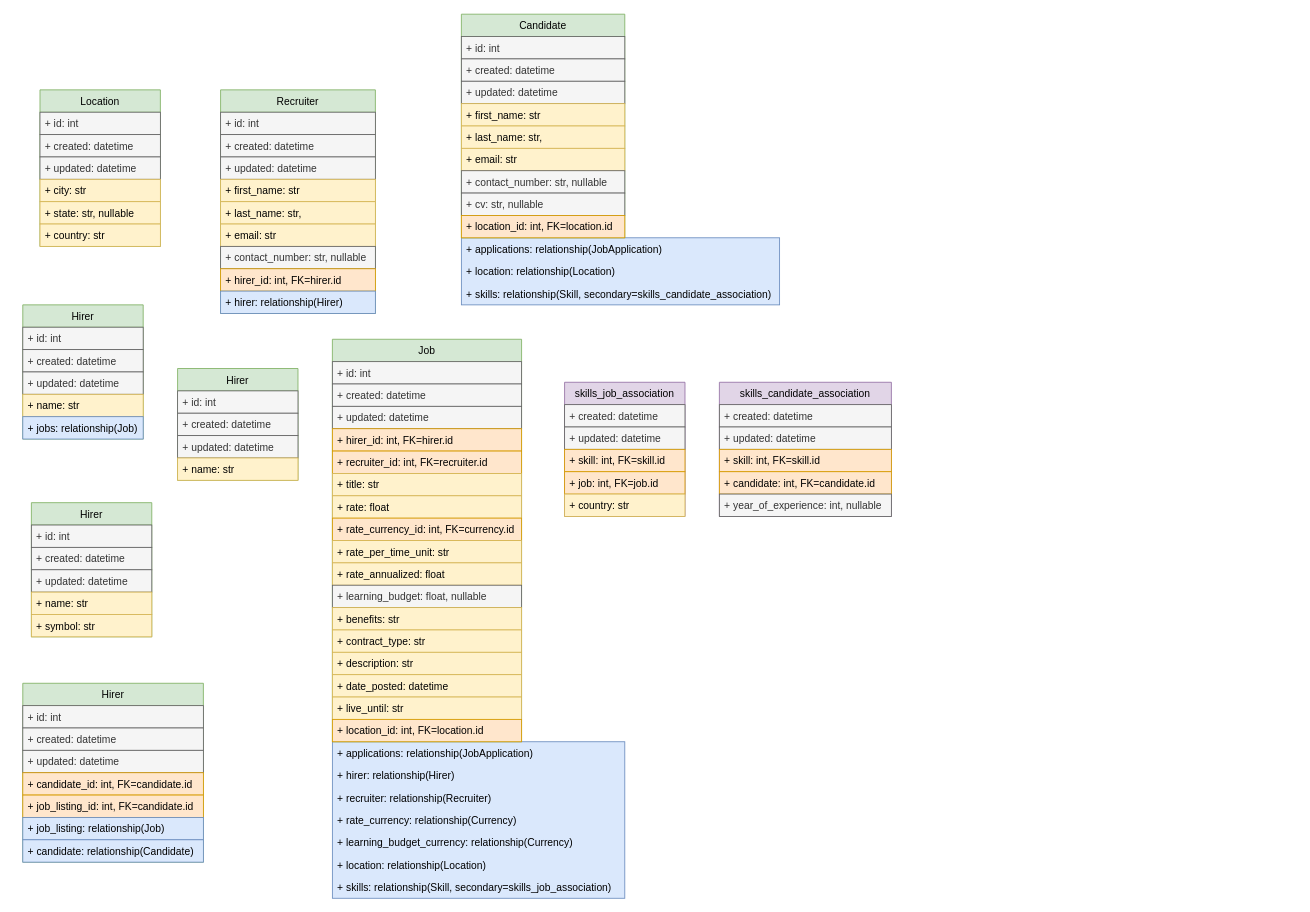
The draw.io diagram Untitled Diagram.drawio in abunuwas/conferences-images, before the edit. Source tidied: cells renumbered, new cells numbered last; positions are measured from the earlier drawing's top-left corner, leaving out a move shared by most shapes. Both pictures are drawn from the tidied source at 86%, with x=0, y=0 at pixel (22, 14).
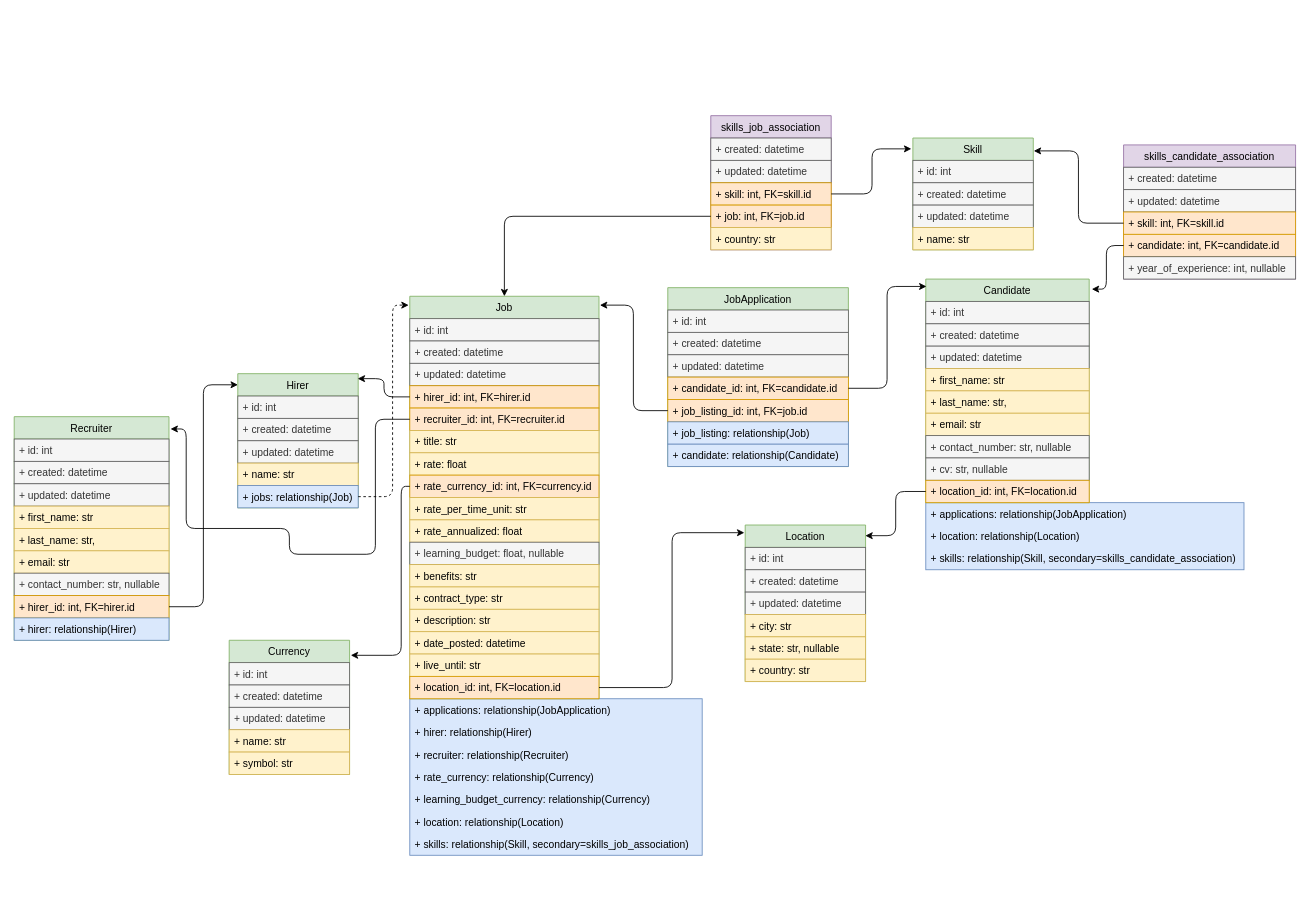
The same page after the edit.

Unchanged cells that the change refers to:
```xml
<mxCell id="19" value="+ hirer_id: int, FK=hirer.id" style="text;strokeColor=#d79b00;fillColor=#ffe6cc;align=left;verticalAlign=top;spacingLeft=4;spacingRight=4;overflow=hidden;points=[[0,0.5],[1,0.5]];portConstraint=eastwest;" parent="11" vertex="1">
  <mxGeometry y="208" width="180" height="26" as="geometry" />
</mxCell>
<mxCell id="25" value="+ hirer_id: int, FK=hirer.id" style="text;strokeColor=#d79b00;fillColor=#ffe6cc;align=left;verticalAlign=top;spacingLeft=4;spacingRight=4;overflow=hidden;points=[[0,0.5],[1,0.5]];portConstraint=eastwest;" parent="21" vertex="1">
  <mxGeometry y="104" width="220" height="26" as="geometry" />
</mxCell>
<mxCell id="26" value="+ recruiter_id: int, FK=recruiter.id" style="text;strokeColor=#d79b00;fillColor=#ffe6cc;align=left;verticalAlign=top;spacingLeft=4;spacingRight=4;overflow=hidden;points=[[0,0.5],[1,0.5]];portConstraint=eastwest;" parent="21" vertex="1">
  <mxGeometry y="130" width="220" height="26" as="geometry" />
</mxCell>
<mxCell id="29" value="+ rate_currency_id: int, FK=currency.id" style="text;strokeColor=#d79b00;fillColor=#ffe6cc;align=left;verticalAlign=top;spacingLeft=4;spacingRight=4;overflow=hidden;points=[[0,0.5],[1,0.5]];portConstraint=eastwest;" parent="21" vertex="1">
  <mxGeometry y="208" width="220" height="26" as="geometry" />
</mxCell>
<mxCell id="38" value="+ location_id: int, FK=location.id" style="text;strokeColor=#d79b00;fillColor=#ffe6cc;align=left;verticalAlign=top;spacingLeft=4;spacingRight=4;overflow=hidden;points=[[0,0.5],[1,0.5]];portConstraint=eastwest;" parent="21" vertex="1">
  <mxGeometry y="442" width="220" height="26" as="geometry" />
</mxCell>
<mxCell id="44" value="+ jobs: relationship(Job)" style="text;strokeColor=#6c8ebf;fillColor=#dae8fc;align=left;verticalAlign=top;spacingLeft=4;spacingRight=4;overflow=hidden;points=[[0,0.5],[1,0.5]];portConstraint=eastwest;" parent="39" vertex="1">
  <mxGeometry y="130" width="140" height="26" as="geometry" />
</mxCell>
<mxCell id="72" value="+ location_id: int, FK=location.id" style="text;strokeColor=#d79b00;fillColor=#ffe6cc;align=left;verticalAlign=top;spacingLeft=4;spacingRight=4;overflow=hidden;points=[[0,0.5],[1,0.5]];portConstraint=eastwest;" parent="63" vertex="1">
  <mxGeometry y="234" width="190" height="26" as="geometry" />
</mxCell>
<mxCell id="80" value="+ candidate_id: int, FK=candidate.id" style="text;strokeColor=#d79b00;fillColor=#ffe6cc;align=left;verticalAlign=top;spacingLeft=4;spacingRight=4;overflow=hidden;points=[[0,0.5],[1,0.5]];portConstraint=eastwest;" parent="76" vertex="1">
  <mxGeometry y="104" width="210" height="26" as="geometry" />
</mxCell>
<mxCell id="87" value="+ skill: int, FK=skill.id" style="text;strokeColor=#d79b00;fillColor=#ffe6cc;align=left;verticalAlign=top;spacingLeft=4;spacingRight=4;overflow=hidden;points=[[0,0.5],[1,0.5]];portConstraint=eastwest;" parent="84" vertex="1">
  <mxGeometry y="78" width="140" height="26" as="geometry" />
</mxCell>
<mxCell id="88" value="+ job: int, FK=job.id" style="text;strokeColor=#d79b00;fillColor=#ffe6cc;align=left;verticalAlign=top;spacingLeft=4;spacingRight=4;overflow=hidden;points=[[0,0.5],[1,0.5]];portConstraint=eastwest;" parent="84" vertex="1">
  <mxGeometry y="104" width="140" height="26" as="geometry" />
</mxCell>
<mxCell id="93" value="+ skill: int, FK=skill.id" style="text;strokeColor=#d79b00;fillColor=#ffe6cc;align=left;verticalAlign=top;spacingLeft=4;spacingRight=4;overflow=hidden;points=[[0,0.5],[1,0.5]];portConstraint=eastwest;" parent="90" vertex="1">
  <mxGeometry y="78" width="200" height="26" as="geometry" />
</mxCell>
<mxCell id="94" value="+ candidate: int, FK=candidate.id" style="text;strokeColor=#d79b00;fillColor=#ffe6cc;align=left;verticalAlign=top;spacingLeft=4;spacingRight=4;overflow=hidden;points=[[0,0.5],[1,0.5]];portConstraint=eastwest;" parent="90" vertex="1">
  <mxGeometry y="104" width="200" height="26" as="geometry" />
</mxCell>
```

Change to the diagram source:
```diff
@@
     <mxCell id="2" style="rounded=0;whiteSpace=wrap;html=1;fillColor=#dae8fc;strokeColor=#6c8ebf;" parent="1" vertex="1">
-      <mxGeometry x="510" y="260" width="370" height="78" as="geometry" />
+      <mxGeometry x="1050" y="568" width="370" height="78" as="geometry" />
     </mxCell>
     <mxCell id="3" style="rounded=0;whiteSpace=wrap;html=1;fillColor=#dae8fc;strokeColor=#6c8ebf;" parent="1" vertex="1">
-      <mxGeometry x="360" y="846" width="340" height="182" as="geometry" />
+      <mxGeometry x="450" y="796" width="340" height="182" as="geometry" />
     </mxCell>
     <mxCell id="4" value="Location" style="swimlane;fontStyle=0;horizontal=1;startSize=26;fillColor=#d5e8d4;strokeColor=#82b366;" parent="1" vertex="1">
-      <mxGeometry x="20" y="88" width="140" height="182" as="geometry" />
+      <mxGeometry x="840" y="594" width="140" height="182" as="geometry" />
     </mxCell>
@@
     <mxCell id="11" value="Recruiter" style="swimlane;fontStyle=0;horizontal=1;startSize=26;fillColor=#d5e8d4;strokeColor=#82b366;" parent="1" vertex="1">
-      <mxGeometry x="230" y="88" width="180" height="260" as="geometry" />
+      <mxGeometry x="-10" y="468" width="180" height="260" as="geometry" />
     </mxCell>
@@
     <mxCell id="21" value="Job" style="swimlane;fontStyle=0;horizontal=1;startSize=26;fillColor=#d5e8d4;strokeColor=#82b366;" parent="1" vertex="1">
-      <mxGeometry x="360" y="378" width="220" height="468" as="geometry" />
+      <mxGeometry x="450" y="328" width="220" height="468" as="geometry" />
     </mxCell>
@@
     <mxCell id="39" value="Hirer" style="swimlane;fontStyle=0;horizontal=1;startSize=26;fillColor=#d5e8d4;strokeColor=#82b366;" parent="1" vertex="1">
-      <mxGeometry y="338" width="140" height="156" as="geometry" />
+      <mxGeometry x="250" y="418" width="140" height="156" as="geometry" />
     </mxCell>
@@
-    <mxCell id="45" value="Hirer" style="swimlane;fontStyle=0;horizontal=1;startSize=26;fillColor=#d5e8d4;strokeColor=#82b366;" parent="1" vertex="1">
-      <mxGeometry x="180" y="412" width="140" height="130" as="geometry" />
+    <mxCell id="45" value="Skill" style="swimlane;fontStyle=0;horizontal=1;startSize=26;fillColor=#d5e8d4;strokeColor=#82b366;" parent="1" vertex="1">
+      <mxGeometry x="1035" y="144" width="140" height="130" as="geometry" />
     </mxCell>
@@
-    <mxCell id="50" value="Hirer" style="swimlane;fontStyle=0;horizontal=1;startSize=26;fillColor=#d5e8d4;strokeColor=#82b366;" parent="1" vertex="1">
-      <mxGeometry x="10" y="568" width="140" height="156" as="geometry" />
+    <mxCell id="50" value="Currency" style="swimlane;fontStyle=0;horizontal=1;startSize=26;fillColor=#d5e8d4;strokeColor=#82b366;" parent="1" vertex="1">
+      <mxGeometry x="240" y="728" width="140" height="156" as="geometry" />
     </mxCell>
@@
     <mxCell id="56" value="+ applications: relationship(JobApplication)" style="text;strokeColor=none;fillColor=none;align=left;verticalAlign=top;spacingLeft=4;spacingRight=4;overflow=hidden;" parent="1" vertex="1">
-      <mxGeometry x="360" y="846" width="330" height="26" as="geometry" />
+      <mxGeometry x="450" y="796" width="330" height="26" as="geometry" />
     </mxCell>
     <mxCell id="57" value="+ hirer: relationship(Hirer)" style="text;strokeColor=none;fillColor=none;align=left;verticalAlign=top;spacingLeft=4;spacingRight=4;overflow=hidden;" parent="1" vertex="1">
-      <mxGeometry x="360" y="872" width="330" height="26" as="geometry" />
+      <mxGeometry x="450" y="822" width="330" height="26" as="geometry" />
     </mxCell>
     <mxCell id="58" value="+ recruiter: relationship(Recruiter)" style="text;strokeColor=none;fillColor=none;align=left;verticalAlign=top;spacingLeft=4;spacingRight=4;overflow=hidden;" parent="1" vertex="1">
-      <mxGeometry x="360" y="898" width="330" height="26" as="geometry" />
+      <mxGeometry x="450" y="848" width="330" height="26" as="geometry" />
     </mxCell>
     <mxCell id="59" value="+ rate_currency: relationship(Currency)" style="text;strokeColor=none;fillColor=none;align=left;verticalAlign=top;spacingLeft=4;spacingRight=4;overflow=hidden;" parent="1" vertex="1">
-      <mxGeometry x="360" y="924" width="330" height="26" as="geometry" />
+      <mxGeometry x="450" y="874" width="330" height="26" as="geometry" />
     </mxCell>
     <mxCell id="60" value="+ learning_budget_currency: relationship(Currency)" style="text;strokeColor=none;fillColor=none;align=left;verticalAlign=top;spacingLeft=4;spacingRight=4;overflow=hidden;" parent="1" vertex="1">
-      <mxGeometry x="360" y="950" width="330" height="26" as="geometry" />
+      <mxGeometry x="450" y="900" width="330" height="26" as="geometry" />
     </mxCell>
     <mxCell id="61" value="+ location: relationship(Location)" style="text;strokeColor=none;fillColor=none;align=left;verticalAlign=top;spacingLeft=4;spacingRight=4;overflow=hidden;" parent="1" vertex="1">
-      <mxGeometry x="360" y="976" width="330" height="26" as="geometry" />
+      <mxGeometry x="450" y="926" width="330" height="26" as="geometry" />
     </mxCell>
     <mxCell id="62" value="+ skills: relationship(Skill, secondary=skills_job_association)" style="text;strokeColor=none;fillColor=none;align=left;verticalAlign=top;spacingLeft=4;spacingRight=4;overflow=hidden;" parent="1" vertex="1">
-      <mxGeometry x="360" y="1002" width="330" height="26" as="geometry" />
+      <mxGeometry x="450" y="952" width="330" height="26" as="geometry" />
     </mxCell>
     <mxCell id="63" value="Candidate" style="swimlane;fontStyle=0;horizontal=1;startSize=26;fillColor=#d5e8d4;strokeColor=#82b366;" parent="1" vertex="1">
-      <mxGeometry x="510" width="190" height="260" as="geometry" />
+      <mxGeometry x="1050" y="308" width="190" height="260" as="geometry" />
     </mxCell>
@@
     <mxCell id="73" value="+ applications: relationship(JobApplication)" style="text;strokeColor=none;fillColor=none;align=left;verticalAlign=top;spacingLeft=4;spacingRight=4;overflow=hidden;" parent="1" vertex="1">
-      <mxGeometry x="510" y="260" width="240" height="26" as="geometry" />
+      <mxGeometry x="1050" y="568" width="240" height="26" as="geometry" />
     </mxCell>
     <mxCell id="74" value="+ location: relationship(Location)" style="text;strokeColor=none;fillColor=none;align=left;verticalAlign=top;spacingLeft=4;spacingRight=4;overflow=hidden;" parent="1" vertex="1">
-      <mxGeometry x="510" y="286" width="260" height="26" as="geometry" />
+      <mxGeometry x="1050" y="594" width="260" height="26" as="geometry" />
     </mxCell>
     <mxCell id="75" value="+ skills: relationship(Skill, secondary=skills_candidate_association)" style="text;strokeColor=none;fillColor=none;align=left;verticalAlign=top;spacingLeft=4;spacingRight=4;overflow=hidden;" parent="1" vertex="1">
-      <mxGeometry x="510" y="312" width="370" height="26" as="geometry" />
+      <mxGeometry x="1050" y="620" width="370" height="26" as="geometry" />
     </mxCell>
-    <mxCell id="76" value="Hirer" style="swimlane;fontStyle=0;horizontal=1;startSize=26;fillColor=#d5e8d4;strokeColor=#82b366;" parent="1" vertex="1">
-      <mxGeometry y="778" width="210" height="208" as="geometry" />
+    <mxCell id="76" value="JobApplication" style="swimlane;fontStyle=0;horizontal=1;startSize=26;fillColor=#d5e8d4;strokeColor=#82b366;" parent="1" vertex="1">
+      <mxGeometry x="750" y="318" width="210" height="208" as="geometry" />
     </mxCell>
@@
-    <mxCell id="81" value="+ job_listing_id: int, FK=candidate.id" style="text;strokeColor=#d79b00;fillColor=#ffe6cc;align=left;verticalAlign=top;spacingLeft=4;spacingRight=4;overflow=hidden;points=[[0,0.5],[1,0.5]];portConstraint=eastwest;" parent="76" vertex="1">
+    <mxCell id="81" value="+ job_listing_id: int, FK=job.id" style="text;strokeColor=#d79b00;fillColor=#ffe6cc;align=left;verticalAlign=top;spacingLeft=4;spacingRight=4;overflow=hidden;points=[[0,0.5],[1,0.5]];portConstraint=eastwest;" parent="76" vertex="1">
       <mxGeometry y="130" width="210" height="26" as="geometry" />
     </mxCell>
@@
     <mxCell id="84" value="skills_job_association" style="swimlane;fontStyle=0;horizontal=1;startSize=26;fillColor=#e1d5e7;strokeColor=#9673a6;" parent="1" vertex="1">
-      <mxGeometry x="630" y="428" width="140" height="156" as="geometry" />
+      <mxGeometry x="800" y="118" width="140" height="156" as="geometry" />
     </mxCell>
@@
     <mxCell id="90" value="skills_candidate_association" style="swimlane;fontStyle=0;horizontal=1;startSize=26;fillColor=#e1d5e7;strokeColor=#9673a6;" parent="1" vertex="1">
-      <mxGeometry x="810" y="428" width="200" height="156" as="geometry" />
+      <mxGeometry x="1280" y="152" width="200" height="156" as="geometry" />
     </mxCell>
@@
+    <mxCell id="96" style="edgeStyle=orthogonalEdgeStyle;rounded=1;jettySize=auto;html=1;entryX=0.001;entryY=0.083;entryDx=0;entryDy=0;entryPerimeter=0;" parent="1" edge="1" source="19" target="39">
+      <mxGeometry relative="1" as="geometry" />
+    </mxCell>
+    <mxCell id="97" style="edgeStyle=orthogonalEdgeStyle;rounded=1;jettySize=auto;html=1;entryX=-0.006;entryY=0.022;entryDx=0;entryDy=0;entryPerimeter=0;dashed=1;" parent="1" edge="1" source="44" target="21">
+      <mxGeometry relative="1" as="geometry">
+        <Array as="points">
+          <mxPoint x="430" y="561" />
+          <mxPoint x="430" y="338" />
+        </Array>
+      </mxGeometry>
+    </mxCell>
+    <mxCell id="98" style="edgeStyle=orthogonalEdgeStyle;rounded=1;jettySize=auto;html=1;entryX=0.996;entryY=0.037;entryDx=0;entryDy=0;entryPerimeter=0;" parent="1" edge="1" source="25" target="39">
+      <mxGeometry relative="1" as="geometry" />
+    </mxCell>
+    <mxCell id="99" style="edgeStyle=orthogonalEdgeStyle;rounded=1;jettySize=auto;html=1;entryX=1.01;entryY=0.055;entryDx=0;entryDy=0;entryPerimeter=0;" parent="1" edge="1" source="26" target="11">
+      <mxGeometry relative="1" as="geometry">
+        <Array as="points">
+          <mxPoint x="410" y="471" />
+          <mxPoint x="410" y="628" />
+          <mxPoint x="310" y="628" />
+          <mxPoint x="310" y="598" />
+          <mxPoint x="190" y="598" />
+          <mxPoint x="190" y="482" />
+        </Array>
+      </mxGeometry>
+    </mxCell>
+    <mxCell id="100" style="edgeStyle=orthogonalEdgeStyle;rounded=1;jettySize=auto;html=1;entryX=1.01;entryY=0.112;entryDx=0;entryDy=0;entryPerimeter=0;" parent="1" edge="1" source="29" target="50">
+      <mxGeometry relative="1" as="geometry">
+        <Array as="points">
+          <mxPoint x="440" y="549" />
+          <mxPoint x="440" y="745" />
+        </Array>
+      </mxGeometry>
+    </mxCell>
+    <mxCell id="101" style="edgeStyle=orthogonalEdgeStyle;rounded=1;jettySize=auto;html=1;entryX=-0.007;entryY=0.049;entryDx=0;entryDy=0;entryPerimeter=0;" parent="1" edge="1" source="38" target="4">
+      <mxGeometry relative="1" as="geometry" />
+    </mxCell>
+    <mxCell id="102" style="edgeStyle=orthogonalEdgeStyle;rounded=1;jettySize=auto;html=1;entryX=0.004;entryY=0.033;entryDx=0;entryDy=0;entryPerimeter=0;" parent="1" edge="1" source="80" target="63">
+      <mxGeometry relative="1" as="geometry" />
+    </mxCell>
+    <mxCell id="103" style="edgeStyle=orthogonalEdgeStyle;rounded=1;jettySize=auto;html=1;entryX=1.005;entryY=0.022;entryDx=0;entryDy=0;entryPerimeter=0;" parent="1" edge="1" source="81" target="21">
+      <mxGeometry relative="1" as="geometry">
+        <Array as="points">
+          <mxPoint x="710" y="461" />
+          <mxPoint x="710" y="338" />
+        </Array>
+      </mxGeometry>
+    </mxCell>
+    <mxCell id="104" style="edgeStyle=orthogonalEdgeStyle;rounded=1;jettySize=auto;html=1;entryX=1.016;entryY=0.045;entryDx=0;entryDy=0;entryPerimeter=0;" parent="1" edge="1" source="94" target="63">
+      <mxGeometry relative="1" as="geometry">
+        <Array as="points">
+          <mxPoint x="1260" y="269" />
+          <mxPoint x="1260" y="320" />
+        </Array>
+      </mxGeometry>
+    </mxCell>
+    <mxCell id="105" style="edgeStyle=orthogonalEdgeStyle;rounded=1;jettySize=auto;html=1;entryX=1.004;entryY=0.115;entryDx=0;entryDy=0;entryPerimeter=0;" parent="1" edge="1" source="93" target="45">
+      <mxGeometry relative="1" as="geometry" />
+    </mxCell>
+    <mxCell id="106" style="edgeStyle=orthogonalEdgeStyle;rounded=1;jettySize=auto;html=1;entryX=-0.013;entryY=0.097;entryDx=0;entryDy=0;entryPerimeter=0;" parent="1" edge="1" source="87" target="45">
+      <mxGeometry relative="1" as="geometry" />
+    </mxCell>
+    <mxCell id="107" style="edgeStyle=orthogonalEdgeStyle;rounded=1;jettySize=auto;html=1;entryX=0.5;entryY=0;entryDx=0;entryDy=0;" parent="1" edge="1" source="88" target="21">
+      <mxGeometry relative="1" as="geometry" />
+    </mxCell>
+    <mxCell id="108" style="edgeStyle=orthogonalEdgeStyle;rounded=1;jettySize=auto;html=1;entryX=0.998;entryY=0.068;entryDx=0;entryDy=0;entryPerimeter=0;" parent="1" edge="1" source="72" target="4">
+      <mxGeometry relative="1" as="geometry" />
+    </mxCell>
```
